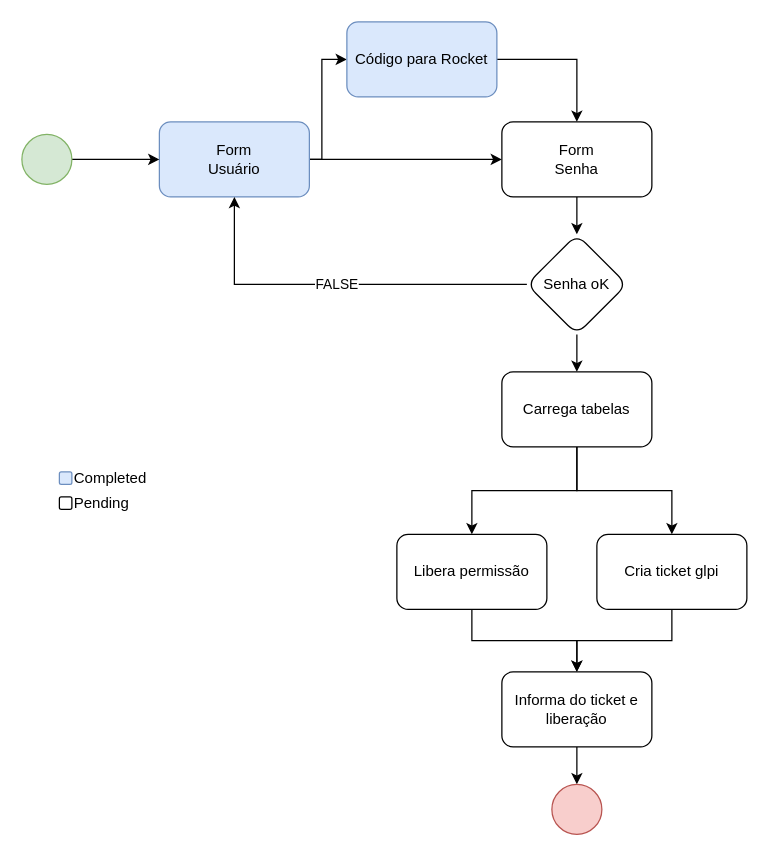
Above: docs/arch.drawio in samuelrcarvalho/carcereiro-web (draw.io), before the change. Source tidied: cells renumbered, new cells numbered last; positions are measured from the earlier drawing's top-left corner, leaving out a move shared by most shapes. Both pictures are drawn from the tidied source at 125%, with x=0, y=0 at pixel (21, 21).
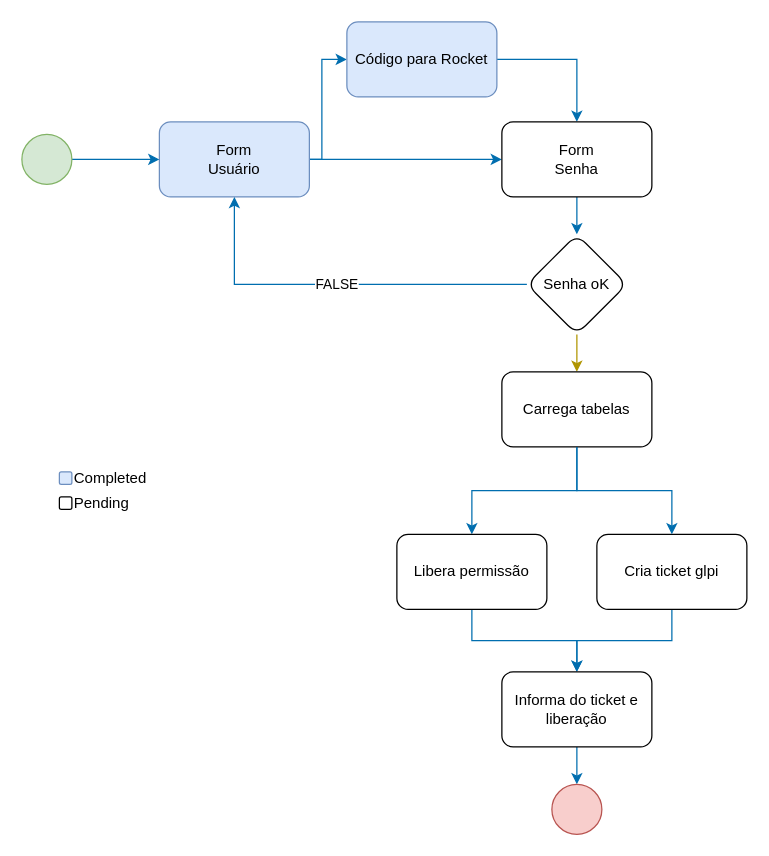
After the change.

Unchanged cells that the change refers to:
```xml
<mxCell id="4" value="&lt;div&gt;Form &lt;br&gt;&lt;/div&gt;&lt;div&gt;Usuário&lt;br&gt;&lt;/div&gt;" style="rounded=1;whiteSpace=wrap;html=1;fillColor=#dae8fc;strokeColor=#6c8ebf;" parent="1" vertex="1">
  <mxGeometry x="110" y="80" width="120" height="60" as="geometry" />
</mxCell>
<mxCell id="6" value="Código para Rocket" style="rounded=1;whiteSpace=wrap;html=1;fillColor=#dae8fc;strokeColor=#6c8ebf;" parent="1" vertex="1">
  <mxGeometry x="260" width="120" height="60" as="geometry" />
</mxCell>
<mxCell id="8" value="&lt;div&gt;Form&lt;/div&gt;&lt;div&gt;Senha&lt;br&gt;&lt;/div&gt;" style="rounded=1;whiteSpace=wrap;html=1;" parent="1" vertex="1">
  <mxGeometry x="384" y="80" width="120" height="60" as="geometry" />
</mxCell>
<mxCell id="11" value="Senha oK" style="rhombus;whiteSpace=wrap;html=1;rounded=1;" parent="1" vertex="1">
  <mxGeometry x="404" y="170" width="80" height="80" as="geometry" />
</mxCell>
<mxCell id="13" value="Carrega tabelas" style="rounded=1;whiteSpace=wrap;html=1;" parent="1" vertex="1">
  <mxGeometry x="384" y="280" width="120" height="60" as="geometry" />
</mxCell>
<mxCell id="15" value="Libera permissão" style="whiteSpace=wrap;html=1;rounded=1;" parent="1" vertex="1">
  <mxGeometry x="300" y="410" width="120" height="60" as="geometry" />
</mxCell>
<mxCell id="17" value="Cria ticket glpi" style="whiteSpace=wrap;html=1;rounded=1;" parent="1" vertex="1">
  <mxGeometry x="460" y="410" width="120" height="60" as="geometry" />
</mxCell>
<mxCell id="20" value="Informa do ticket e liberação" style="whiteSpace=wrap;html=1;rounded=1;" parent="1" vertex="1">
  <mxGeometry x="384" y="520" width="120" height="60" as="geometry" />
</mxCell>
<mxCell id="22" style="ellipse;whiteSpace=wrap;html=1;fillColor=#d5e8d4;strokeColor=#82b366;" parent="1" vertex="1">
  <mxGeometry y="90" width="40" height="40" as="geometry" />
</mxCell>
<mxCell id="23" style="ellipse;whiteSpace=wrap;html=1;fillColor=#f8cecc;strokeColor=#b85450;" parent="1" vertex="1">
  <mxGeometry x="424" y="610" width="40" height="40" as="geometry" />
</mxCell>
```

Change to the diagram source:
```diff
@@
-    <mxCell id="2" style="edgeStyle=orthogonalEdgeStyle;rounded=0;jettySize=auto;html=1;entryX=0;entryY=0.5;entryDx=0;entryDy=0;" parent="1" edge="1" source="4" target="8">
+    <mxCell id="2" style="edgeStyle=orthogonalEdgeStyle;rounded=0;jettySize=auto;html=1;entryX=0;entryY=0.5;entryDx=0;entryDy=0;fillColor=#1ba1e2;strokeColor=#006EAF;" parent="1" edge="1" source="4" target="8">
       <mxGeometry relative="1" as="geometry" />
     </mxCell>
-    <mxCell id="3" style="edgeStyle=orthogonalEdgeStyle;rounded=0;jettySize=auto;html=1;entryX=0;entryY=0.5;entryDx=0;entryDy=0;" parent="1" edge="1" source="4" target="6">
+    <mxCell id="3" style="edgeStyle=orthogonalEdgeStyle;rounded=0;jettySize=auto;html=1;entryX=0;entryY=0.5;entryDx=0;entryDy=0;fillColor=#1ba1e2;strokeColor=#006EAF;" parent="1" edge="1" source="4" target="6">
       <mxGeometry relative="1" as="geometry">
         <Array as="points">
           <mxPoint x="240" y="110" />
           <mxPoint x="240" y="30" />
         </Array>
       </mxGeometry>
     </mxCell>
@@
-    <mxCell id="5" style="edgeStyle=orthogonalEdgeStyle;rounded=0;jettySize=auto;html=1;" parent="1" edge="1" source="6" target="8">
+    <mxCell id="5" style="edgeStyle=orthogonalEdgeStyle;rounded=0;jettySize=auto;html=1;fillColor=#1ba1e2;strokeColor=#006EAF;" parent="1" edge="1" source="6" target="8">
       <mxGeometry relative="1" as="geometry" />
     </mxCell>
@@
-    <mxCell id="7" style="edgeStyle=orthogonalEdgeStyle;rounded=0;jettySize=auto;html=1;" parent="1" edge="1" source="8" target="11">
+    <mxCell id="7" style="edgeStyle=orthogonalEdgeStyle;rounded=0;jettySize=auto;html=1;fillColor=#1ba1e2;strokeColor=#006EAF;" parent="1" edge="1" source="8" target="11">
       <mxGeometry relative="1" as="geometry" />
     </mxCell>
@@
-    <mxCell id="9" value="FALSE" style="edgeStyle=orthogonalEdgeStyle;rounded=0;jettySize=auto;html=1;entryX=0.5;entryY=1;entryDx=0;entryDy=0;" parent="1" edge="1" source="11" target="4">
+    <mxCell id="9" value="FALSE" style="edgeStyle=orthogonalEdgeStyle;rounded=0;jettySize=auto;html=1;entryX=0.5;entryY=1;entryDx=0;entryDy=0;fillColor=#1ba1e2;strokeColor=#006EAF;" parent="1" edge="1" source="11" target="4">
       <mxGeometry relative="1" as="geometry" />
     </mxCell>
-    <mxCell id="10" style="edgeStyle=orthogonalEdgeStyle;rounded=0;jettySize=auto;html=1;" parent="1" edge="1" source="11" target="13">
+    <mxCell id="10" style="edgeStyle=orthogonalEdgeStyle;rounded=0;jettySize=auto;html=1;fillColor=#e3c800;strokeColor=#B09500;" parent="1" edge="1" source="11" target="13">
       <mxGeometry relative="1" as="geometry" />
     </mxCell>
@@
-    <mxCell id="12" style="edgeStyle=orthogonalEdgeStyle;rounded=0;jettySize=auto;html=1;" parent="1" edge="1" source="13" target="15">
+    <mxCell id="12" style="edgeStyle=orthogonalEdgeStyle;rounded=0;jettySize=auto;html=1;fillColor=#1ba1e2;strokeColor=#006EAF;" parent="1" edge="1" source="13" target="15">
       <mxGeometry relative="1" as="geometry" />
     </mxCell>
@@
-    <mxCell id="14" style="edgeStyle=orthogonalEdgeStyle;rounded=0;jettySize=auto;html=1;" parent="1" edge="1" source="15" target="20">
+    <mxCell id="14" style="edgeStyle=orthogonalEdgeStyle;rounded=0;jettySize=auto;html=1;fillColor=#1ba1e2;strokeColor=#006EAF;" parent="1" edge="1" source="15" target="20">
       <mxGeometry relative="1" as="geometry" />
     </mxCell>
@@
-    <mxCell id="16" style="edgeStyle=orthogonalEdgeStyle;rounded=0;jettySize=auto;html=1;" parent="1" edge="1" source="17" target="20">
+    <mxCell id="16" style="edgeStyle=orthogonalEdgeStyle;rounded=0;jettySize=auto;html=1;fillColor=#1ba1e2;strokeColor=#006EAF;" parent="1" edge="1" source="17" target="20">
       <mxGeometry relative="1" as="geometry" />
     </mxCell>
@@
-    <mxCell id="18" style="edgeStyle=orthogonalEdgeStyle;rounded=0;jettySize=auto;html=1;entryX=0.5;entryY=0;entryDx=0;entryDy=0;exitX=0.5;exitY=1;exitDx=0;exitDy=0;" parent="1" edge="1" source="13" target="17">
+    <mxCell id="18" style="edgeStyle=orthogonalEdgeStyle;rounded=0;jettySize=auto;html=1;entryX=0.5;entryY=0;entryDx=0;entryDy=0;exitX=0.5;exitY=1;exitDx=0;exitDy=0;fillColor=#1ba1e2;strokeColor=#006EAF;" parent="1" edge="1" source="13" target="17">
       <mxGeometry relative="1" as="geometry" />
     </mxCell>
-    <mxCell id="19" style="edgeStyle=orthogonalEdgeStyle;rounded=0;jettySize=auto;html=1;" parent="1" edge="1" source="20" target="23">
+    <mxCell id="19" style="edgeStyle=orthogonalEdgeStyle;rounded=0;jettySize=auto;html=1;fillColor=#1ba1e2;strokeColor=#006EAF;" parent="1" edge="1" source="20" target="23">
       <mxGeometry relative="1" as="geometry" />
     </mxCell>
@@
-    <mxCell id="21" style="edgeStyle=orthogonalEdgeStyle;rounded=0;jettySize=auto;html=1;" parent="1" edge="1" source="22" target="4">
+    <mxCell id="21" style="edgeStyle=orthogonalEdgeStyle;rounded=0;jettySize=auto;html=1;fillColor=#1ba1e2;strokeColor=#006EAF;" parent="1" edge="1" source="22" target="4">
       <mxGeometry relative="1" as="geometry" />
     </mxCell>
```
